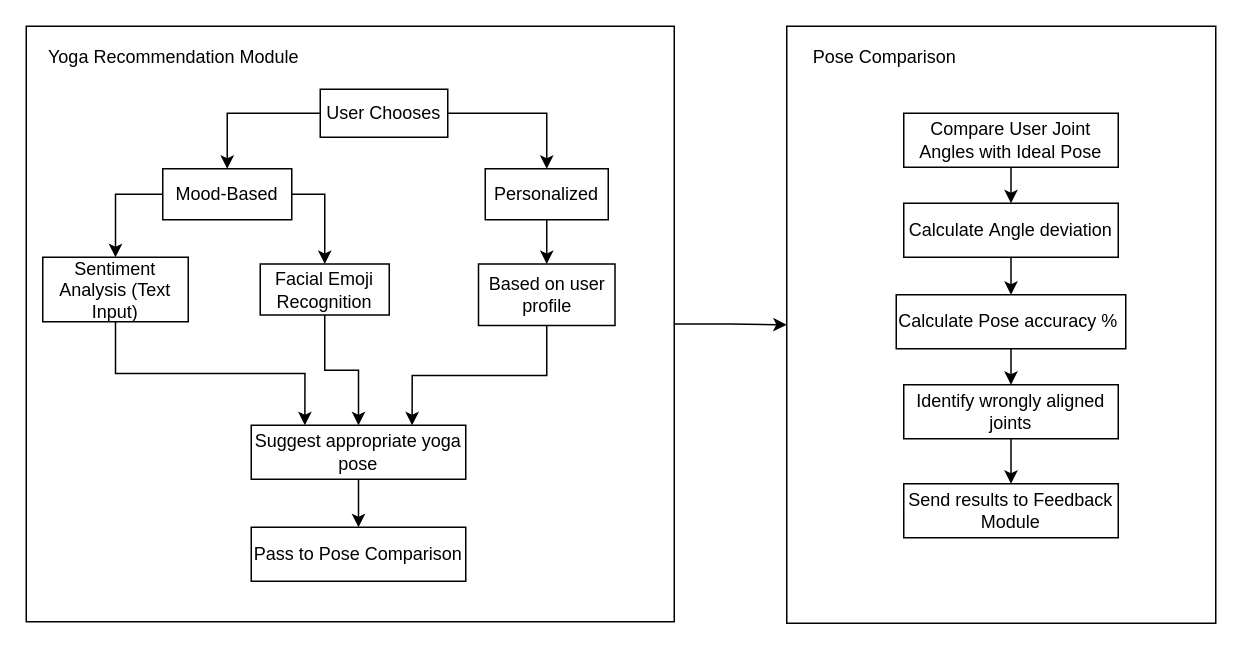
This is Block Diagram/i89 (1).drawio from zeusXtruealpha/Yoga-Project, a draw.io file, before an edit. Source tidied: cells renumbered, new cells numbered last; positions are measured from the earlier drawing's top-left corner, leaving out a move shared by most shapes. Both pictures are drawn from the tidied source at 150%, with x=0, y=0 at pixel (26, 26).
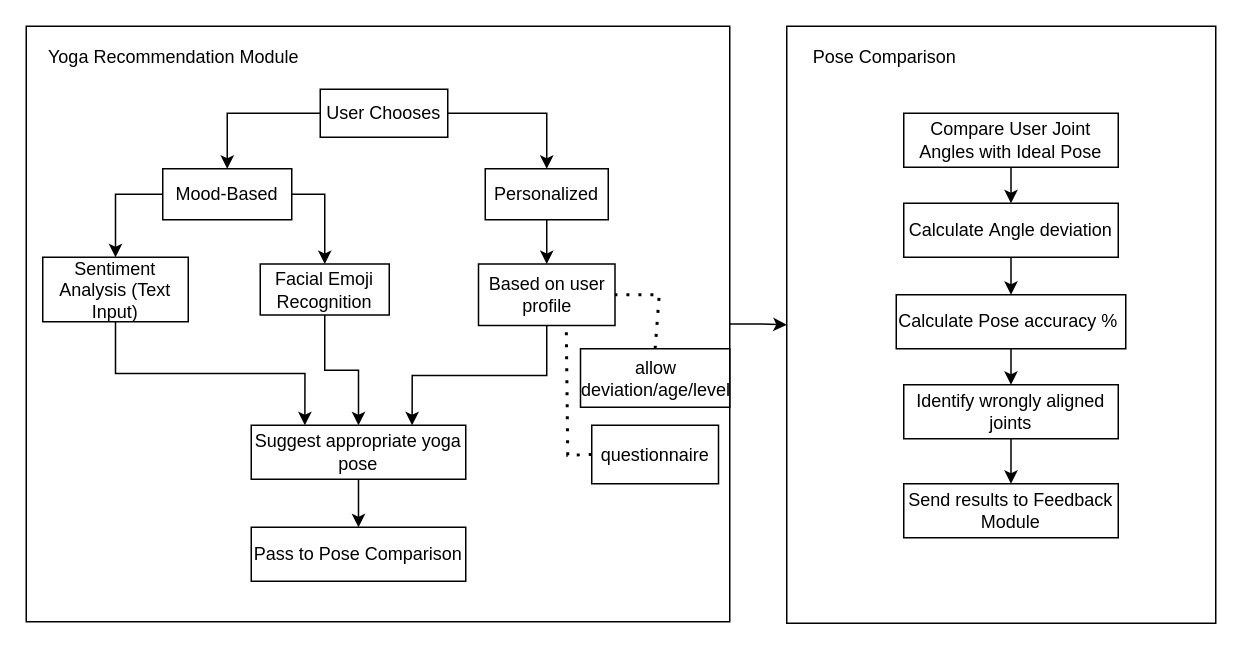
The same diagram, later.

The change refers to these unchanged cells:
```xml
<mxCell id="14" value="Based on user profile" style="rounded=0;whiteSpace=wrap;html=1;" parent="1" vertex="1">
  <mxGeometry x="301.5" y="158.5" width="91" height="41" as="geometry" />
</mxCell>
```

What changed in the source:
```diff
@@
     <mxCell id="3" style="rounded=0;whiteSpace=wrap;html=1;" parent="1" vertex="1">
-      <mxGeometry width="432" height="397" as="geometry" />
+      <mxGeometry width="469" height="397" as="geometry" />
     </mxCell>
@@
+    <mxCell id="36" value="allow deviation/age/level" style="rounded=0;whiteSpace=wrap;html=1;" parent="1" vertex="1">
+      <mxGeometry x="369.5" y="215" width="99.5" height="39" as="geometry" />
+    </mxCell>
+    <mxCell id="37" value="questionnaire" style="rounded=0;whiteSpace=wrap;html=1;" parent="1" vertex="1">
+      <mxGeometry x="377" y="266" width="84.5" height="39" as="geometry" />
+    </mxCell>
+    <mxCell id="38" style="endArrow=none;dashed=1;html=1;dashPattern=1 3;strokeWidth=2;rounded=0;entryX=0.643;entryY=1.012;entryDx=0;entryDy=0;exitX=0;exitY=0.5;exitDx=0;exitDy=0;entryPerimeter=0;" parent="1" edge="1" source="37" target="14">
+      <mxGeometry relative="1" as="geometry">
+        <Array as="points">
+          <mxPoint x="361" y="286" />
+        </Array>
+      </mxGeometry>
+    </mxCell>
+    <mxCell id="39" style="endArrow=none;dashed=1;html=1;dashPattern=1 3;strokeWidth=2;rounded=0;entryX=1;entryY=0.5;entryDx=0;entryDy=0;exitX=0.5;exitY=0;exitDx=0;exitDy=0;" parent="1" edge="1" source="36" target="14">
+      <mxGeometry relative="1" as="geometry">
+        <Array as="points">
+          <mxPoint x="422" y="179" />
+        </Array>
+      </mxGeometry>
+    </mxCell>
```
